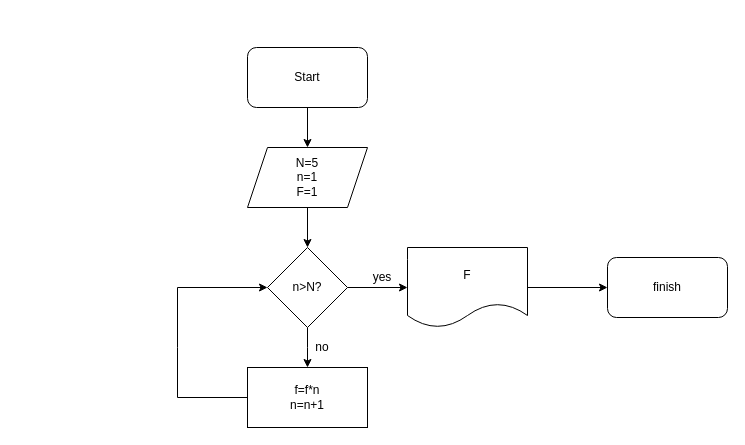
Above: page "Домашнее задание 2 (Задание 6)" (5 of 5) of Задание 1.drawio in LatyshevNA/diagrams (draw.io), before the change. Source tidied: cells renumbered, new cells numbered last; positions are measured from the earlier drawing's top-left corner, leaving out a move shared by most shapes. Both pictures are drawn from the tidied source at 100%, with x=0, y=0 at pixel (177, 47).
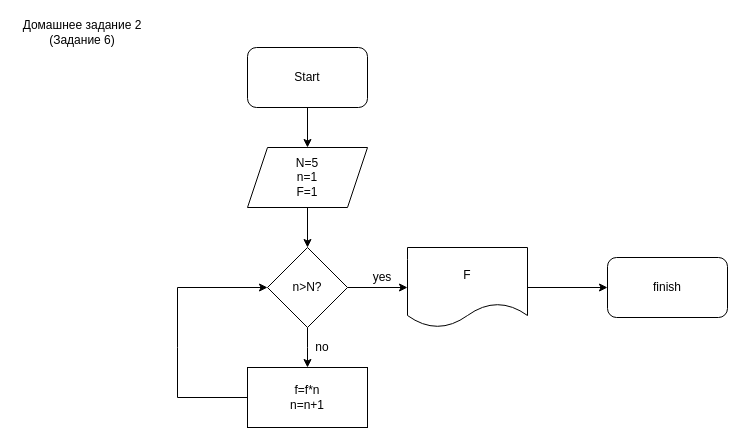
The same page after the edit.

Diff of the diagram source:
```diff
@@
 <mxGraphModel>
   <root>
     <mxCell id="0" />
     <mxCell id="1" parent="0" />
     <mxCell id="2" style="edgeStyle=orthogonalEdgeStyle;rounded=0;jettySize=auto;html=1;" parent="1" edge="1" source="3" target="5">
       <mxGeometry relative="1" as="geometry" />
     </mxCell>
     <mxCell id="3" value="Start" style="rounded=1;whiteSpace=wrap;html=1;" parent="1" vertex="1">
       <mxGeometry x="70" width="120" height="60" as="geometry" />
     </mxCell>
     <mxCell id="4" style="edgeStyle=orthogonalEdgeStyle;rounded=0;jettySize=auto;html=1;" parent="1" edge="1" source="5" target="8">
       <mxGeometry relative="1" as="geometry" />
     </mxCell>
     <mxCell id="5" value="&lt;div&gt;N=5&lt;/div&gt;&lt;div&gt;n=1&lt;br&gt;&lt;/div&gt;F=1" style="shape=parallelogram;perimeter=parallelogramPerimeter;whiteSpace=wrap;html=1;fixedSize=1;" parent="1" vertex="1">
       <mxGeometry x="70" y="100" width="120" height="60" as="geometry" />
     </mxCell>
     <mxCell id="6" style="edgeStyle=orthogonalEdgeStyle;rounded=0;jettySize=auto;html=1;" parent="1" edge="1" source="8">
       <mxGeometry relative="1" as="geometry">
         <mxPoint x="130" y="320" as="targetPoint" />
       </mxGeometry>
     </mxCell>
     <mxCell id="7" style="edgeStyle=orthogonalEdgeStyle;rounded=0;jettySize=auto;html=1;" parent="1" edge="1" source="8" target="11">
       <mxGeometry relative="1" as="geometry" />
     </mxCell>
     <mxCell id="8" value="n&amp;gt;N?" style="rhombus;whiteSpace=wrap;html=1;" parent="1" vertex="1">
       <mxGeometry x="90" y="200" width="80" height="80" as="geometry" />
     </mxCell>
     <mxCell id="9" value="&lt;div&gt;f=f*n&lt;br&gt;&lt;/div&gt;&lt;div&gt;n=n+1&lt;/div&gt;" style="whiteSpace=wrap;html=1;" parent="1" vertex="1">
       <mxGeometry x="70" y="320" width="120" height="60" as="geometry" />
     </mxCell>
     <mxCell id="10" style="edgeStyle=orthogonalEdgeStyle;rounded=0;jettySize=auto;html=1;" parent="1" edge="1" source="11" target="12">
       <mxGeometry relative="1" as="geometry" />
     </mxCell>
     <mxCell id="11" value="F" style="shape=document;whiteSpace=wrap;html=1;boundedLbl=1;" parent="1" vertex="1">
       <mxGeometry x="230" y="200" width="120" height="80" as="geometry" />
     </mxCell>
     <mxCell id="12" value="finish" style="rounded=1;whiteSpace=wrap;html=1;" parent="1" vertex="1">
       <mxGeometry x="430" y="210" width="120" height="60" as="geometry" />
     </mxCell>
     <mxCell id="13" style="endArrow=classic;html=1;rounded=0;entryX=0;entryY=0.5;entryDx=0;entryDy=0;exitX=0;exitY=0.5;exitDx=0;exitDy=0;" parent="1" edge="1" source="9" target="8">
       <mxGeometry relative="1" as="geometry">
         <Array as="points">
           <mxPoint y="350" />
           <mxPoint y="300" />
           <mxPoint y="240" />
         </Array>
       </mxGeometry>
     </mxCell>
     <mxCell id="14" value="yes" style="text;html=1;strokeColor=none;fillColor=none;align=center;verticalAlign=middle;whiteSpace=wrap;rounded=0;" parent="1" vertex="1">
       <mxGeometry x="190" y="220" width="30" height="20" as="geometry" />
     </mxCell>
     <mxCell id="15" value="no" style="text;html=1;strokeColor=none;fillColor=none;align=center;verticalAlign=middle;whiteSpace=wrap;rounded=0;" parent="1" vertex="1">
       <mxGeometry x="130" y="290" width="30" height="20" as="geometry" />
     </mxCell>
+    <mxCell id="16" value="Домашнее задание 2 (Задание 6)" style="text;html=1;strokeColor=none;fillColor=none;align=center;verticalAlign=middle;whiteSpace=wrap;rounded=0;" parent="1" vertex="1">
+      <mxGeometry x="-160" y="-30" width="130" height="30" as="geometry" />
+    </mxCell>
   </root>
 </mxGraphModel>
```
